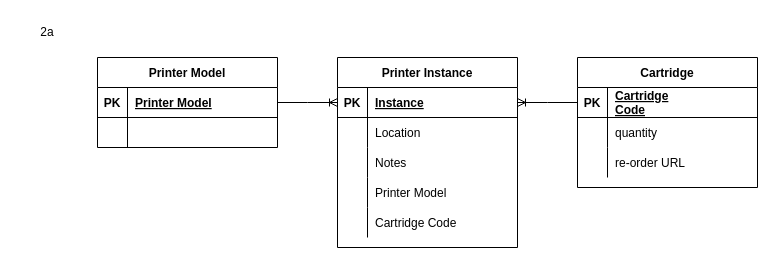
Before: Computer Systems/1.3/1.3.2/images/Practise exam.drawio in JachymT/a-level-cs-blog, a draw.io diagram. Source tidied: cells renumbered, new cells numbered last; positions are measured from the earlier drawing's top-left corner, leaving out a move shared by most shapes. Both pictures are drawn from the tidied source at 100%, with x=0, y=0 at pixel (17, 17).
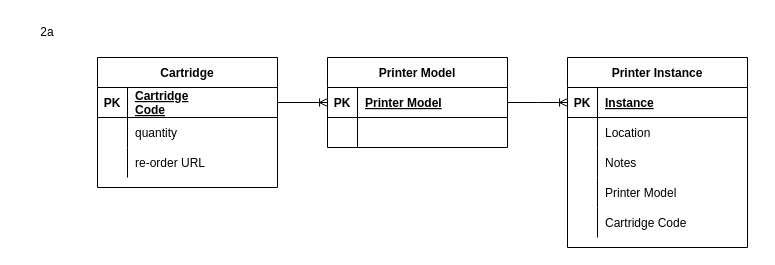
The same diagram, later.

The change refers to these unchanged cells:
```xml
<mxCell id="3" style="shape=partialRectangle;fillColor=none;top=0;left=0;bottom=1;right=0;points=[[0,0.5],[1,0.5]];portConstraint=eastwest;" parent="2" vertex="1">
  <mxGeometry y="30" width="180" height="30" as="geometry" />
</mxCell>
<mxCell id="10" style="shape=partialRectangle;fillColor=none;top=0;left=0;bottom=1;right=0;points=[[0,0.5],[1,0.5]];portConstraint=eastwest;" parent="9" vertex="1">
  <mxGeometry y="30" width="180" height="30" as="geometry" />
</mxCell>
<mxCell id="26" style="shape=partialRectangle;fillColor=none;top=0;left=0;bottom=1;right=0;points=[[0,0.5],[1,0.5]];portConstraint=eastwest;" parent="25" vertex="1">
  <mxGeometry y="30" width="180" height="30" as="geometry" />
</mxCell>
```

What changed in the source:
```diff
@@
     <mxCell id="2" value="Printer Model" style="shape=table;startSize=30;childLayout=tableLayout;rowLines=0;fontStyle=1;align=center;" parent="1" vertex="1">
-      <mxGeometry x="80" y="40" width="180" height="90" as="geometry" />
+      <mxGeometry x="310" y="40" width="180" height="90" as="geometry" />
     </mxCell>
@@
     <mxCell id="9" value="Printer Instance" style="shape=table;startSize=30;childLayout=tableLayout;rowLines=0;fontStyle=1;align=center;" parent="1" vertex="1">
-      <mxGeometry x="320" y="40" width="180" height="190" as="geometry" />
+      <mxGeometry x="550" y="40" width="180" height="190" as="geometry" />
     </mxCell>
@@
     <mxCell id="25" value="Cartridge" style="shape=table;startSize=30;childLayout=tableLayout;rowLines=0;fontStyle=1;align=center;" parent="1" vertex="1">
-      <mxGeometry x="560" y="40" width="180" height="130" as="geometry" />
+      <mxGeometry x="80" y="40" width="180" height="130" as="geometry" />
     </mxCell>
@@
-    <mxCell id="37" style="edgeStyle=entityRelationEdgeStyle;fontSize=12;html=1;endArrow=ERoneToMany;rounded=0;entryX=1;entryY=0.5;entryDx=0;entryDy=0;exitX=0;exitY=0.5;exitDx=0;exitDy=0;" parent="1" edge="1" source="26" target="10">
+    <mxCell id="37" style="edgeStyle=entityRelationEdgeStyle;fontSize=12;html=1;endArrow=ERoneToMany;rounded=0;entryX=0;entryY=0.5;entryDx=0;entryDy=0;exitX=1;exitY=0.5;exitDx=0;exitDy=0;" parent="1" edge="1" source="26" target="3">
       <mxGeometry relative="1" as="geometry" />
     </mxCell>
```
